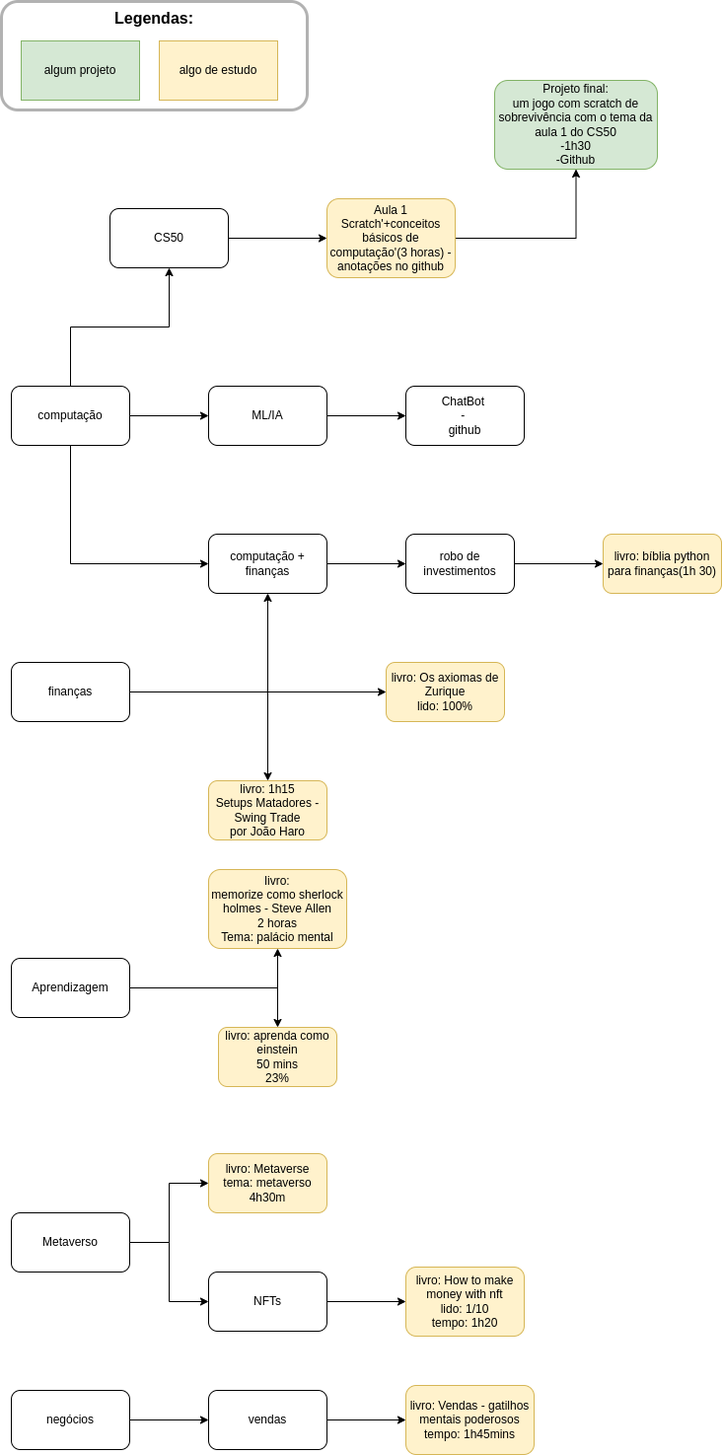
Above: mystudies.drawio.png in gu-nog/my-studies (draw.io), before the change. Source tidied: cells renumbered, new cells last; positions are measured from the earlier drawing's top-left corner, leaving out a move shared by most shapes.
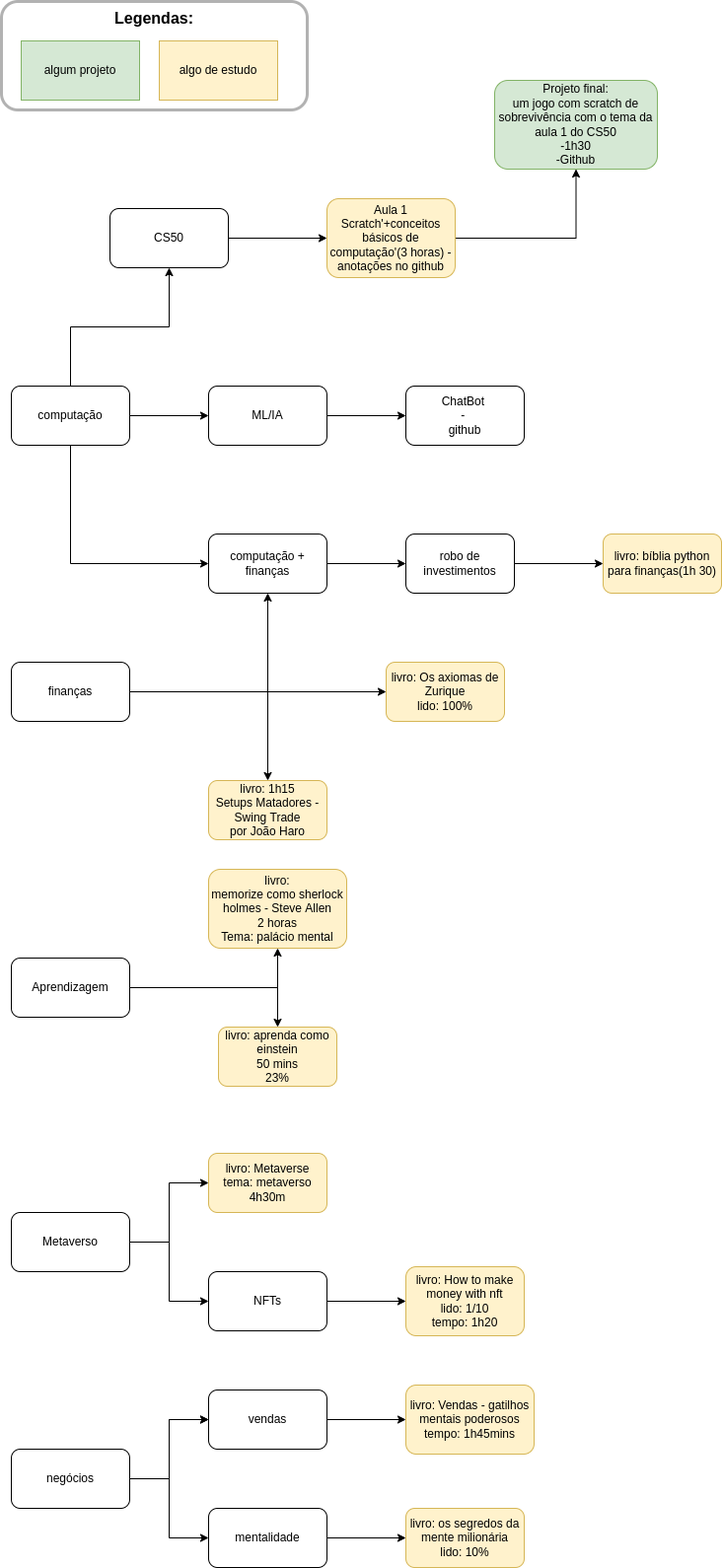
The same file after the commit.

Change to the diagram source:
```diff
@@ -102,8 +102,11 @@
     <mxCell id="33" style="edgeStyle=orthogonalEdgeStyle;rounded=0;jettySize=auto;html=1;" parent="1" edge="1" source="34" target="36">
       <mxGeometry relative="1" as="geometry" />
     </mxCell>
+    <mxCell id="45" style="edgeStyle=orthogonalEdgeStyle;rounded=0;jettySize=auto;html=1;" parent="1" edge="1" source="34" target="36">
+      <mxGeometry relative="1" as="geometry" />
+    </mxCell>
     <mxCell id="34" value="negócios" style="rounded=1;whiteSpace=wrap;html=1;" parent="1" vertex="1">
-      <mxGeometry x="10" y="1408" width="120" height="60" as="geometry" />
+      <mxGeometry x="10" y="1468" width="120" height="60" as="geometry" />
     </mxCell>
     <mxCell id="35" style="edgeStyle=orthogonalEdgeStyle;rounded=0;jettySize=auto;html=1;" parent="1" edge="1" source="36" target="37">
       <mxGeometry relative="1" as="geometry" />
@@ -145,5 +148,22 @@
     <mxCell id="44" value="livro: Os axiomas de Zurique&lt;br&gt;lido: 100%" style="rounded=1;whiteSpace=wrap;html=1;fillColor=#fff2cc;strokeColor=#d6b656;" parent="1" vertex="1">
       <mxGeometry x="390" y="670" width="120" height="60" as="geometry" />
     </mxCell>
+    <mxCell id="46" style="edgeStyle=orthogonalEdgeStyle;rounded=0;jettySize=auto;html=1;" parent="1" edge="1" source="47" target="49">
+      <mxGeometry relative="1" as="geometry" />
+    </mxCell>
+    <mxCell id="47" value="mentalidade" style="rounded=1;whiteSpace=wrap;html=1;" parent="1" vertex="1">
+      <mxGeometry x="210" y="1528" width="120" height="60" as="geometry" />
+    </mxCell>
+    <mxCell id="48" style="endArrow=classic;html=1;rounded=0;exitX=1;exitY=0.5;exitDx=0;exitDy=0;entryX=0;entryY=0.5;entryDx=0;entryDy=0;" parent="1" edge="1" source="34" target="47">
+      <mxGeometry relative="1" as="geometry">
+        <Array as="points">
+          <mxPoint x="170" y="1498" />
+          <mxPoint x="170" y="1558" />
+        </Array>
+      </mxGeometry>
+    </mxCell>
+    <mxCell id="49" value="livro: os segredos da mente milionária&lt;br&gt;lido: 10%" style="whiteSpace=wrap;html=1;rounded=1;fillColor=#fff2cc;strokeColor=#d6b656;" parent="1" vertex="1">
+      <mxGeometry x="410" y="1528" width="120" height="60" as="geometry" />
+    </mxCell>
   </root>
 </mxGraphModel>
```
